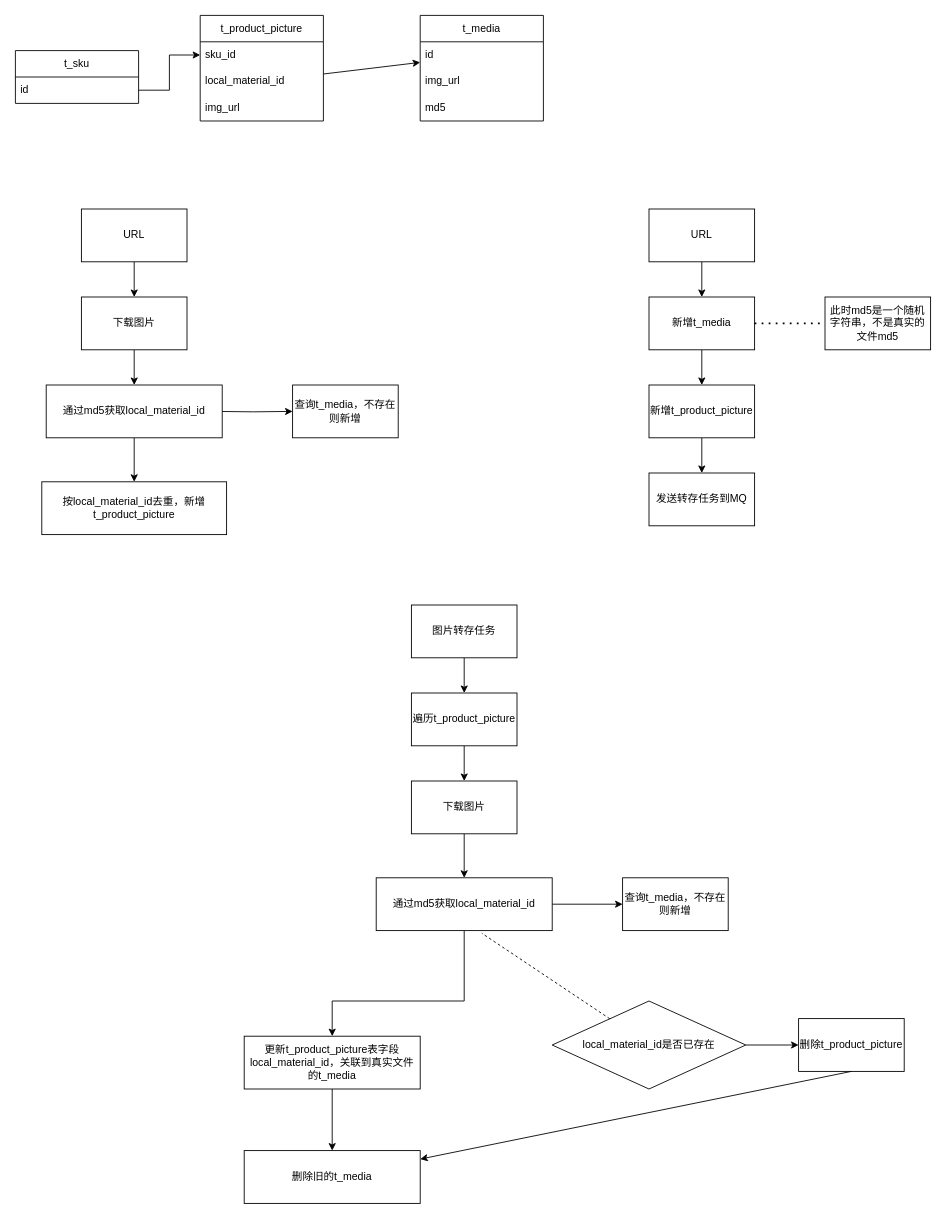
This is 异步存储sku图片.drawio from onemrc/note, a draw.io file, before an edit. Source tidied: cells renumbered, new cells numbered last; positions are measured from the earlier drawing's top-left corner, leaving out a move shared by most shapes. Both pictures are drawn from the tidied source at 88%, with x=0, y=0 at pixel (15, 15).
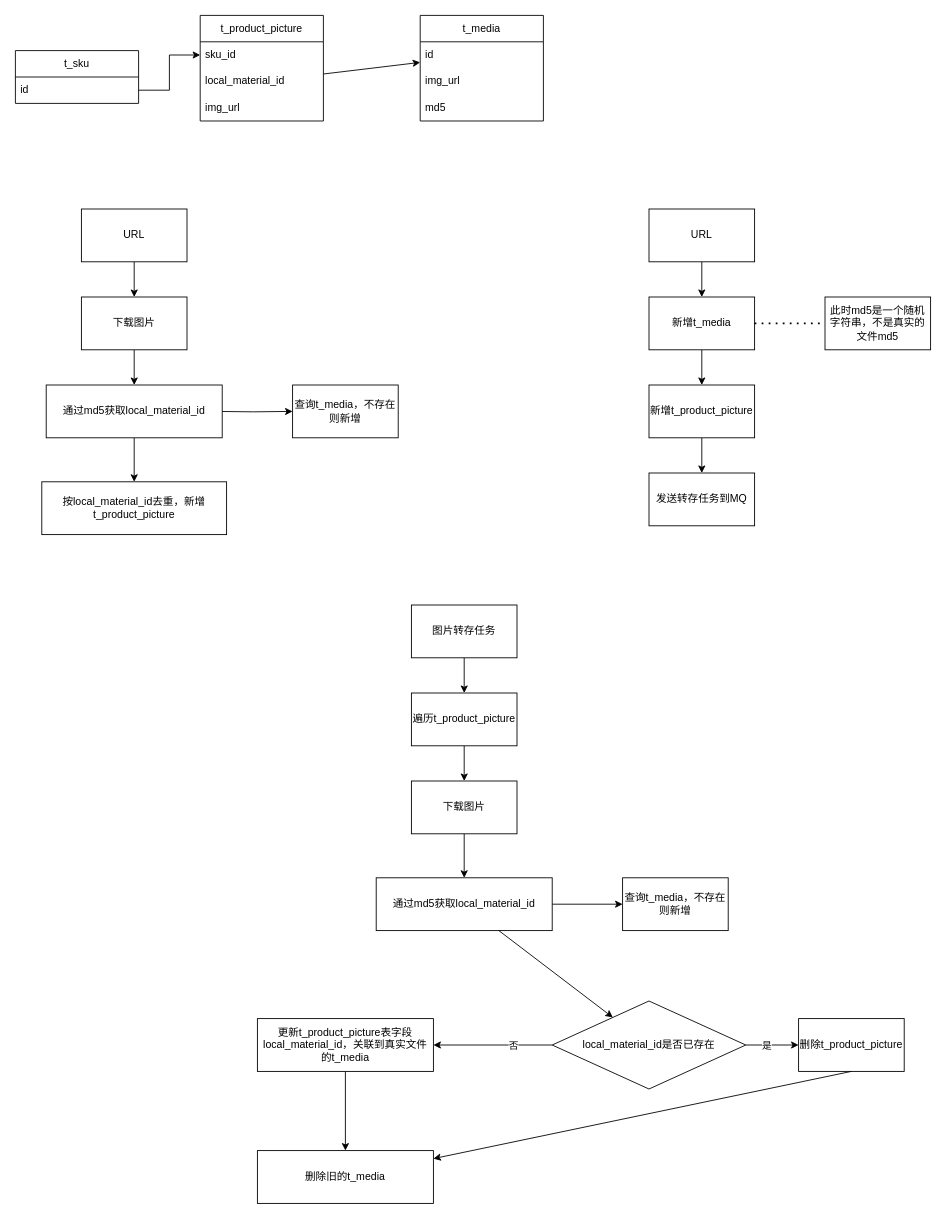
The same diagram, later.

Commit message:
更新异步存储sku图片.drawio

The change refers to these unchanged cells:
```xml
<mxCell id="35" value="通过md5获取&lt;span class=&quot;&quot;&gt;local_material_id&lt;/span&gt; " style="rounded=0;whiteSpace=wrap;html=1;" parent="1" vertex="1">
  <mxGeometry x="410" y="980" width="200" height="60" as="geometry" />
</mxCell>
<mxCell id="42" style="edgeStyle=orthogonalEdgeStyle;rounded=0;jettySize=auto;html=1;" parent="1" edge="1" source="43" target="44">
  <mxGeometry relative="1" as="geometry" />
</mxCell>
<mxCell id="43" value="&lt;span class=&quot;&quot;&gt;local_material_id是否已存在&lt;/span&gt;" style="rhombus;whiteSpace=wrap;html=1;" parent="1" vertex="1">
  <mxGeometry x="610" y="1120" width="220" height="100" as="geometry" />
</mxCell>
```

Change to the diagram source:
```diff
@@
-    <mxCell id="34" style="edgeStyle=orthogonalEdgeStyle;rounded=0;jettySize=auto;html=1;" parent="1" edge="1" source="35" target="38">
-      <mxGeometry relative="1" as="geometry">
-        <Array as="points">
-          <mxPoint x="510" y="1120" />
-          <mxPoint x="360" y="1120" />
-        </Array>
-      </mxGeometry>
-    </mxCell>
@@
     <mxCell id="38" value="更新t_product_picture表字段&lt;span class=&quot;&quot;&gt;local_material_id&lt;/span&gt;，关联到真实文件的t_media" style="rounded=0;whiteSpace=wrap;html=1;" parent="1" vertex="1">
-      <mxGeometry x="260" y="1160" width="200" height="60" as="geometry" />
+      <mxGeometry x="275" y="1140" width="200" height="60" as="geometry" />
     </mxCell>
@@
     <mxCell id="41" value="删除旧的t_media" style="rounded=0;whiteSpace=wrap;html=1;" parent="1" vertex="1">
-      <mxGeometry x="260" y="1290" width="200" height="60" as="geometry" />
+      <mxGeometry x="275" y="1290" width="200" height="60" as="geometry" />
     </mxCell>
@@
+    <mxCell id="50" value="是" style="edgeLabel;html=1;align=center;verticalAlign=middle;" parent="42" vertex="1">
+      <mxGeometry x="-0.23" relative="1" as="geometry" />
+    </mxCell>
+    <mxCell id="51" style="edgeStyle=orthogonalEdgeStyle;rounded=0;jettySize=auto;html=1;exitX=0;exitY=0.5;exitDx=0;exitDy=0;entryX=1;entryY=0.5;entryDx=0;entryDy=0;" parent="1" edge="1" source="43" target="38">
+      <mxGeometry relative="1" as="geometry" />
+    </mxCell>
+    <mxCell id="52" value="否" style="edgeLabel;html=1;align=center;verticalAlign=middle;" parent="51" vertex="1">
+      <mxGeometry x="-0.34" relative="1" as="geometry" />
+    </mxCell>
@@
-    <mxCell id="45" style="endArrow=none;dashed=1;html=1;rounded=0;entryX=0.6;entryY=1.05;entryDx=0;entryDy=0;entryPerimeter=0;" parent="1" edge="1" source="43" target="35">
-      <mxGeometry relative="1" as="geometry" />
-    </mxCell>
@@
+    <mxCell id="53" style="endArrow=classic;html=1;rounded=0;" parent="1" edge="1" source="35" target="43">
+      <mxGeometry relative="1" as="geometry" />
+    </mxCell>
```
